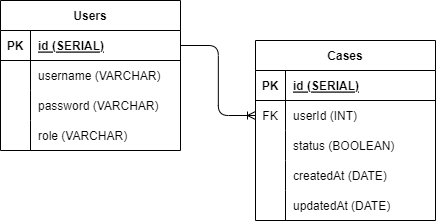
Earlier version of the draw.io export server/__docs__/ERD.drawio.png (Alexwilliam112/ServiceSync). Source tidied: cells renumbered, new cells last; positions are measured from the earlier drawing's top-left corner, leaving out a move shared by most shapes.
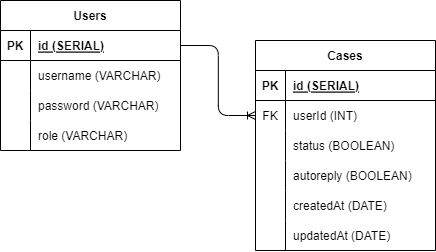
Above is the later version.

Change to the diagram source:
```diff
@@ -42,7 +42,7 @@
       <mxGeometry x="30" width="150" height="30" as="geometry" />
     </mxCell>
     <mxCell id="15" value="Cases" style="shape=table;startSize=30;rowLines=0;fontStyle=1;align=center;" parent="1" vertex="1">
-      <mxGeometry x="255" y="40" width="180" height="180" as="geometry" />
+      <mxGeometry x="255" y="40" width="180" height="210" as="geometry" />
     </mxCell>
     <mxCell id="16" style="shape=tableRow;horizontal=0;startSize=0;swimlaneHead=0;swimlaneBody=0;fillColor=none;top=0;left=0;right=0;bottom=1;" parent="15" vertex="1">
       <mxGeometry y="30" width="180" height="30" as="geometry" />
@@ -71,8 +71,17 @@
     <mxCell id="24" value="status (BOOLEAN)" style="shape=partialRectangle;fillColor=none;top=0;left=0;bottom=0;right=0;align=left;spacingLeft=6;overflow=hidden;" parent="22" vertex="1">
       <mxGeometry x="30" width="150" height="30" as="geometry" />
     </mxCell>
+    <mxCell id="32" style="shape=tableRow;horizontal=0;startSize=0;swimlaneHead=0;swimlaneBody=0;fillColor=none;top=0;left=0;right=0;bottom=0;" parent="15" vertex="1">
+      <mxGeometry y="120" width="180" height="30" as="geometry" />
+    </mxCell>
+    <mxCell id="33" style="shape=partialRectangle;fillColor=none;top=0;left=0;bottom=0;right=0;overflow=hidden;" parent="32" vertex="1">
+      <mxGeometry width="30" height="30" as="geometry" />
+    </mxCell>
+    <mxCell id="34" value="autoreply (BOOLEAN)" style="shape=partialRectangle;fillColor=none;top=0;left=0;bottom=0;right=0;align=left;spacingLeft=6;overflow=hidden;" parent="32" vertex="1">
+      <mxGeometry x="30" width="150" height="30" as="geometry" />
+    </mxCell>
     <mxCell id="25" style="shape=tableRow;horizontal=0;startSize=0;swimlaneHead=0;swimlaneBody=0;fillColor=none;top=0;left=0;right=0;bottom=0;" parent="15" vertex="1">
-      <mxGeometry y="120" width="180" height="30" as="geometry" />
+      <mxGeometry y="150" width="180" height="30" as="geometry" />
     </mxCell>
     <mxCell id="26" style="shape=partialRectangle;fillColor=none;top=0;left=0;bottom=0;right=0;overflow=hidden;" parent="25" vertex="1">
       <mxGeometry width="30" height="30" as="geometry" />
@@ -81,7 +90,7 @@
       <mxGeometry x="30" width="150" height="30" as="geometry" />
     </mxCell>
     <mxCell id="28" style="shape=tableRow;horizontal=0;startSize=0;swimlaneHead=0;swimlaneBody=0;fillColor=none;top=0;left=0;right=0;bottom=0;" parent="15" vertex="1">
-      <mxGeometry y="150" width="180" height="30" as="geometry" />
+      <mxGeometry y="180" width="180" height="30" as="geometry" />
     </mxCell>
     <mxCell id="29" style="shape=partialRectangle;fillColor=none;top=0;left=0;bottom=0;right=0;overflow=hidden;" parent="28" vertex="1">
       <mxGeometry width="30" height="30" as="geometry" />
```
